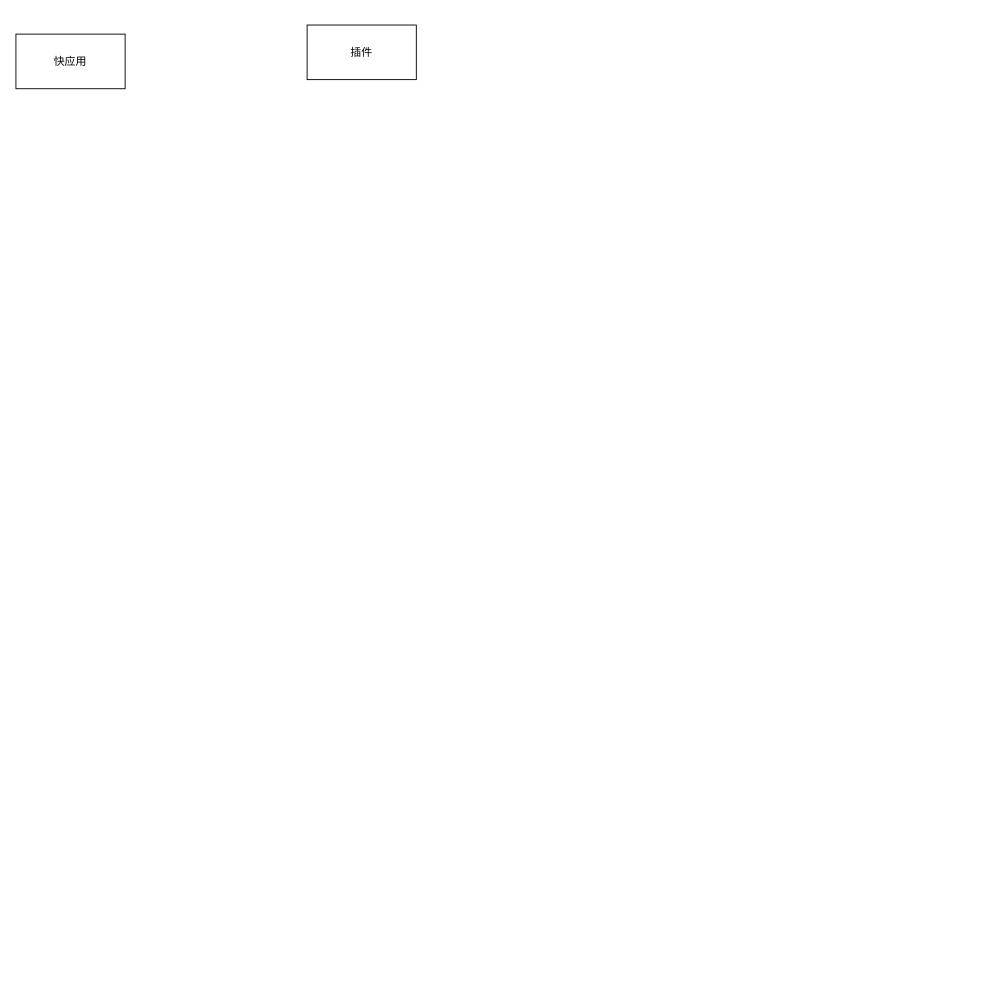
Before: page "第 8 页" (8 of 8) of 流程图.drawio in xili95/liuChengTu, a draw.io diagram. Source tidied: cells renumbered, new cells numbered last; positions are measured from the earlier drawing's top-left corner, leaving out a move shared by most shapes. Both pictures are drawn from the tidied source at 91%, with x=0, y=0 at pixel (15, 25).
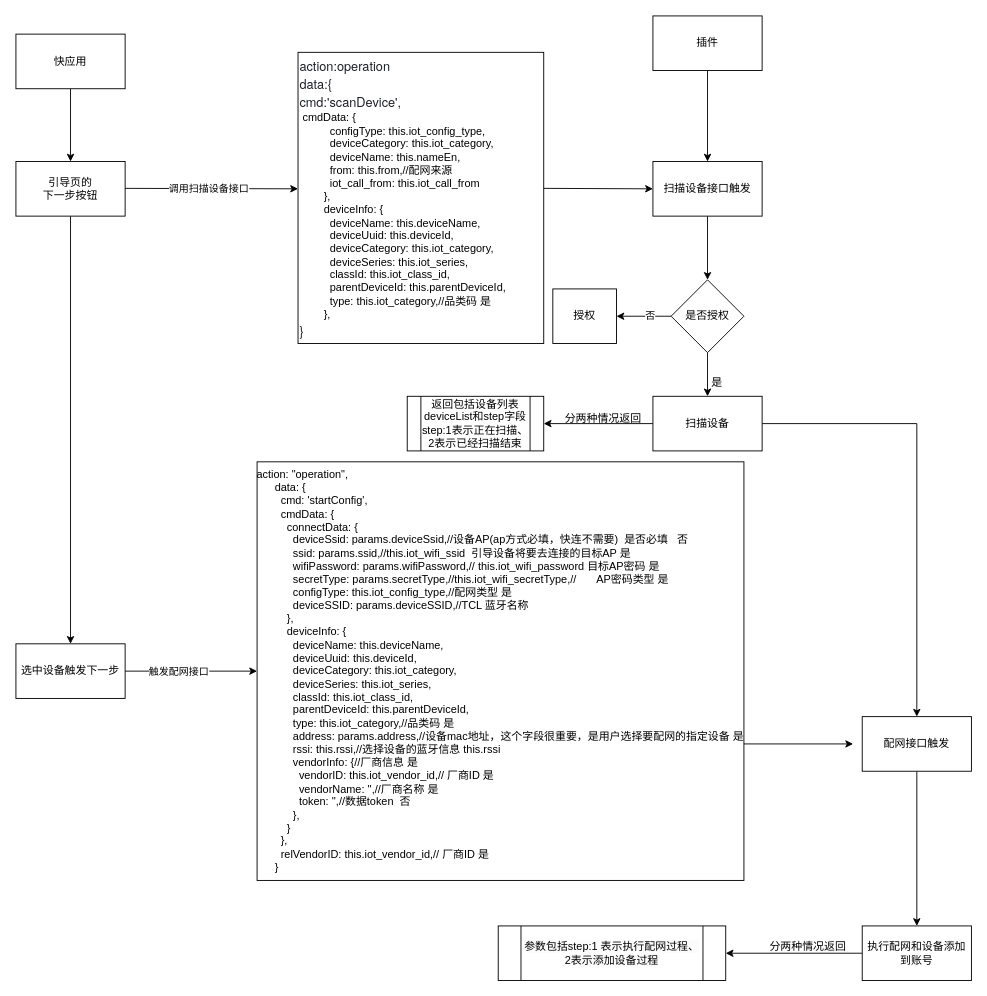
The same diagram, later.

Commit message:
更新流程图.drawio

Unchanged cells that the change refers to:
```xml
<mxCell id="2" value="快应用" style="whiteSpace=wrap;html=1;" parent="1" vertex="1">
  <mxGeometry y="10" width="120" height="60" as="geometry" />
</mxCell>
```

What changed in the source:
```diff
@@
+    <mxCell id="4" style="edgeStyle=orthogonalEdgeStyle;rounded=0;jettySize=auto;html=1;" parent="1" edge="1" source="2" target="7">
+      <mxGeometry relative="1" as="geometry" />
+    </mxCell>
@@
+    <mxCell id="5" style="edgeStyle=orthogonalEdgeStyle;rounded=0;jettySize=auto;html=1;" parent="1" edge="1" source="3" target="13">
+      <mxGeometry relative="1" as="geometry" />
+    </mxCell>
     <mxCell id="3" value="插件" style="whiteSpace=wrap;html=1;" parent="1" vertex="1">
-      <mxGeometry x="320" width="120" height="60" as="geometry" />
+      <mxGeometry x="700" y="-10" width="120" height="60" as="geometry" />
     </mxCell>
+    <mxCell id="6" style="edgeStyle=orthogonalEdgeStyle;rounded=0;jettySize=auto;html=1;" parent="1" edge="1" source="7" target="27">
+      <mxGeometry relative="1" as="geometry" />
+    </mxCell>
+    <mxCell id="7" value="引导页的&lt;div&gt;下一步按钮&lt;/div&gt;" style="whiteSpace=wrap;html=1;" parent="1" vertex="1">
+      <mxGeometry y="150" width="120" height="60" as="geometry" />
+    </mxCell>
+    <mxCell id="8" style="edgeStyle=none;orthogonalLoop=1;jettySize=auto;html=1;rounded=0;" parent="1" edge="1">
+      <mxGeometry relative="1" as="geometry">
+        <mxPoint x="120" y="179.5" as="sourcePoint" />
+        <mxPoint x="310" y="180" as="targetPoint" />
+      </mxGeometry>
+    </mxCell>
+    <mxCell id="9" value="调用扫描设备接口" style="edgeLabel;html=1;align=center;verticalAlign=middle;" parent="8" vertex="1">
+      <mxGeometry x="-0.04" y="1" relative="1" as="geometry">
+        <mxPoint y="1" as="offset" />
+      </mxGeometry>
+    </mxCell>
+    <mxCell id="10" value="&lt;p class=&quot;p1&quot; style=&quot;margin: 0px; font-variant-numeric: normal; font-variant-east-asian: normal; font-variant-alternates: normal; font-size-adjust: none; font-kerning: auto; font-optical-sizing: auto; font-feature-settings: normal; font-variation-settings: normal; font-variant-position: normal; font-variant-emoji: normal; font-stretch: normal; font-size: 14px; line-height: normal; font-family: &amp;quot;Helvetica Neue&amp;quot;; color: rgb(29, 31, 38);&quot;&gt;action:operation&lt;/p&gt;&lt;p class=&quot;p1&quot; style=&quot;margin: 0px; font-variant-numeric: normal; font-variant-east-asian: normal; font-variant-alternates: normal; font-size-adjust: none; font-kerning: auto; font-optical-sizing: auto; font-feature-settings: normal; font-variation-settings: normal; font-variant-position: normal; font-variant-emoji: normal; font-stretch: normal; font-size: 14px; line-height: normal; font-family: &amp;quot;Helvetica Neue&amp;quot;; color: rgb(29, 31, 38);&quot;&gt;data:{&lt;/p&gt;&lt;p class=&quot;p1&quot; style=&quot;margin: 0px; font-variant-numeric: normal; font-variant-east-asian: normal; font-variant-alternates: normal; font-size-adjust: none; font-kerning: auto; font-optical-sizing: auto; font-feature-settings: normal; font-variation-settings: normal; font-variant-position: normal; font-variant-emoji: normal; font-stretch: normal; font-size: 14px; line-height: normal; font-family: &amp;quot;Helvetica Neue&amp;quot;; color: rgb(29, 31, 38);&quot;&gt;cmd:'scanDevice',&lt;/p&gt;&lt;div style=&quot;text-wrap-mode: nowrap;&quot;&gt;&amp;nbsp;cmdData: {&lt;/div&gt;&lt;div style=&quot;text-wrap-mode: nowrap;&quot;&gt;&amp;nbsp; &amp;nbsp; &amp;nbsp; &amp;nbsp; &amp;nbsp; configType: this.iot_config_type,&lt;/div&gt;&lt;div style=&quot;text-wrap-mode: nowrap;&quot;&gt;&amp;nbsp; &amp;nbsp; &amp;nbsp; &amp;nbsp; &amp;nbsp; deviceCategory: this.iot_category,&lt;/div&gt;&lt;div style=&quot;text-wrap-mode: nowrap;&quot;&gt;&amp;nbsp; &amp;nbsp; &amp;nbsp; &amp;nbsp; &amp;nbsp; deviceName: this.nameEn,&lt;/div&gt;&lt;div style=&quot;text-wrap-mode: nowrap;&quot;&gt;&amp;nbsp; &amp;nbsp; &amp;nbsp; &amp;nbsp; &amp;nbsp; from: this.from,//配网来源&lt;/div&gt;&lt;div style=&quot;text-wrap-mode: nowrap;&quot;&gt;&amp;nbsp; &amp;nbsp; &amp;nbsp; &amp;nbsp; &amp;nbsp; iot_call_from: this.iot_call_from&lt;/div&gt;&lt;div style=&quot;text-wrap-mode: nowrap;&quot;&gt;&amp;nbsp; &amp;nbsp; &amp;nbsp; &amp;nbsp; },&lt;/div&gt;&lt;div style=&quot;text-wrap-mode: nowrap;&quot;&gt;&amp;nbsp; &amp;nbsp; &amp;nbsp; &amp;nbsp; deviceInfo: {&lt;/div&gt;&lt;div style=&quot;text-wrap-mode: nowrap;&quot;&gt;&amp;nbsp; &amp;nbsp; &amp;nbsp; &amp;nbsp; &amp;nbsp; deviceName: this.deviceName,&lt;/div&gt;&lt;div style=&quot;text-wrap-mode: nowrap;&quot;&gt;&amp;nbsp; &amp;nbsp; &amp;nbsp; &amp;nbsp; &amp;nbsp; deviceUuid: this.deviceId,&lt;/div&gt;&lt;div style=&quot;text-wrap-mode: nowrap;&quot;&gt;&amp;nbsp; &amp;nbsp; &amp;nbsp; &amp;nbsp; &amp;nbsp; deviceCategory: this.iot_category,&lt;/div&gt;&lt;div style=&quot;text-wrap-mode: nowrap;&quot;&gt;&amp;nbsp; &amp;nbsp; &amp;nbsp; &amp;nbsp; &amp;nbsp; deviceSeries: this.iot_series,&lt;/div&gt;&lt;div style=&quot;text-wrap-mode: nowrap;&quot;&gt;&amp;nbsp; &amp;nbsp; &amp;nbsp; &amp;nbsp; &amp;nbsp; classId: this.iot_class_id,&lt;/div&gt;&lt;div style=&quot;text-wrap-mode: nowrap;&quot;&gt;&amp;nbsp; &amp;nbsp; &amp;nbsp; &amp;nbsp; &amp;nbsp; parentDeviceId: this.parentDeviceId,&lt;/div&gt;&lt;div style=&quot;text-wrap-mode: nowrap;&quot;&gt;&amp;nbsp; &amp;nbsp; &amp;nbsp; &amp;nbsp; &amp;nbsp; type: this.iot_category,//品类码 是&lt;/div&gt;&lt;div style=&quot;text-wrap-mode: nowrap;&quot;&gt;&amp;nbsp; &amp;nbsp; &amp;nbsp; &amp;nbsp; },&lt;/div&gt;&lt;p class=&quot;p1&quot; style=&quot;margin: 0px; font-variant-numeric: normal; font-variant-east-asian: normal; font-variant-alternates: normal; font-size-adjust: none; font-kerning: auto; font-optical-sizing: auto; font-feature-settings: normal; font-variation-settings: normal; font-variant-position: normal; font-variant-emoji: normal; font-stretch: normal; font-size: 14px; line-height: normal; font-family: &amp;quot;Helvetica Neue&amp;quot;; color: rgb(29, 31, 38);&quot;&gt;}&lt;/p&gt;" style="whiteSpace=wrap;html=1;align=left;" parent="1" vertex="1">
+      <mxGeometry x="310" y="30" width="270" height="320" as="geometry" />
+    </mxCell>
+    <mxCell id="11" style="edgeStyle=none;jettySize=auto;html=1;rounded=0;entryX=0;entryY=0.5;entryDx=0;entryDy=0;" parent="1" edge="1" target="13">
+      <mxGeometry relative="1" as="geometry">
+        <mxPoint x="580" y="179.5" as="sourcePoint" />
+      </mxGeometry>
+    </mxCell>
+    <mxCell id="12" style="edgeStyle=orthogonalEdgeStyle;rounded=0;jettySize=auto;html=1;" parent="1" edge="1" source="13" target="17">
+      <mxGeometry relative="1" as="geometry" />
+    </mxCell>
+    <mxCell id="13" value="扫描设备接口触发" style="whiteSpace=wrap;html=1;" parent="1" vertex="1">
+      <mxGeometry x="700" y="150" width="120" height="60" as="geometry" />
+    </mxCell>
+    <mxCell id="14" style="edgeStyle=orthogonalEdgeStyle;rounded=0;jettySize=auto;html=1;" parent="1" edge="1" source="17" target="18">
+      <mxGeometry relative="1" as="geometry" />
+    </mxCell>
+    <mxCell id="15" value="否" style="edgeLabel;html=1;align=center;verticalAlign=middle;" parent="14" vertex="1">
+      <mxGeometry x="-0.2" y="-1" relative="1" as="geometry" />
+    </mxCell>
+    <mxCell id="16" style="edgeStyle=orthogonalEdgeStyle;rounded=0;jettySize=auto;html=1;" parent="1" edge="1" source="17" target="21">
+      <mxGeometry relative="1" as="geometry" />
+    </mxCell>
+    <mxCell id="17" value="是否授权" style="rhombus;whiteSpace=wrap;html=1;" parent="1" vertex="1">
+      <mxGeometry x="720" y="280" width="80" height="80" as="geometry" />
+    </mxCell>
+    <mxCell id="18" value="授权" style="whiteSpace=wrap;html=1;" parent="1" vertex="1">
+      <mxGeometry x="590" y="290" width="70" height="60" as="geometry" />
+    </mxCell>
+    <mxCell id="19" style="edgeStyle=orthogonalEdgeStyle;rounded=0;jettySize=auto;html=1;" parent="1" edge="1" source="21" target="23">
+      <mxGeometry relative="1" as="geometry" />
+    </mxCell>
+    <mxCell id="20" style="edgeStyle=orthogonalEdgeStyle;rounded=0;jettySize=auto;html=1;" parent="1" edge="1" source="21" target="30">
+      <mxGeometry relative="1" as="geometry" />
+    </mxCell>
+    <mxCell id="21" value="扫描设备" style="whiteSpace=wrap;html=1;" parent="1" vertex="1">
+      <mxGeometry x="700" y="408" width="120" height="60" as="geometry" />
+    </mxCell>
+    <mxCell id="22" value="是" style="text;html=1;align=center;verticalAlign=middle;strokeColor=none;fillColor=none;" parent="1" vertex="1">
+      <mxGeometry x="750" y="378" width="40" height="30" as="geometry" />
+    </mxCell>
+    <mxCell id="23" value="返回包括设备列表deviceList和step字段&lt;div&gt;step:1表示正在扫描、2表示已经扫描结束&lt;/div&gt;" style="shape=process;whiteSpace=wrap;html=1;backgroundOutline=1;" parent="1" vertex="1">
+      <mxGeometry x="430" y="408" width="150" height="60" as="geometry" />
+    </mxCell>
+    <mxCell id="24" value="分两种情况返回" style="text;html=1;align=center;verticalAlign=middle;strokeColor=none;fillColor=none;" parent="1" vertex="1">
+      <mxGeometry x="590" y="418" width="110" height="30" as="geometry" />
+    </mxCell>
+    <mxCell id="25" style="edgeStyle=orthogonalEdgeStyle;rounded=0;jettySize=auto;html=1;" parent="1" edge="1" source="27" target="28">
+      <mxGeometry relative="1" as="geometry" />
+    </mxCell>
+    <mxCell id="26" value="触发配网接口" style="edgeLabel;html=1;align=center;verticalAlign=middle;" parent="25" vertex="1">
+      <mxGeometry x="-0.2" relative="1" as="geometry" />
+    </mxCell>
+    <mxCell id="27" value="选中设备触发下一步" style="whiteSpace=wrap;html=1;" parent="1" vertex="1">
+      <mxGeometry y="680" width="120" height="60" as="geometry" />
+    </mxCell>
+    <mxCell id="28" value="&lt;div style=&quot;text-align: left; text-wrap-mode: nowrap;&quot;&gt;action: &quot;operation&quot;,&lt;/div&gt;&lt;div style=&quot;text-align: left; text-wrap-mode: nowrap;&quot;&gt;&amp;nbsp; &amp;nbsp; &amp;nbsp; data: {&lt;/div&gt;&lt;div style=&quot;text-align: left; text-wrap-mode: nowrap;&quot;&gt;&amp;nbsp; &amp;nbsp; &amp;nbsp; &amp;nbsp; cmd: 'startConfig',&lt;/div&gt;&lt;div style=&quot;text-align: left; text-wrap-mode: nowrap;&quot;&gt;&amp;nbsp; &amp;nbsp; &amp;nbsp; &amp;nbsp; cmdData: {&lt;/div&gt;&lt;div style=&quot;text-align: left; text-wrap-mode: nowrap;&quot;&gt;&amp;nbsp; &amp;nbsp; &amp;nbsp; &amp;nbsp; &amp;nbsp; connectData: {&lt;/div&gt;&lt;div style=&quot;text-align: left; text-wrap-mode: nowrap;&quot;&gt;&amp;nbsp; &amp;nbsp; &amp;nbsp; &amp;nbsp; &amp;nbsp; &amp;nbsp; deviceSsid: params.deviceSsid,//设备AP(ap方式必填，快连不需要)&amp;nbsp; 是否必填&amp;nbsp; &amp;nbsp;否&lt;/div&gt;&lt;div style=&quot;text-align: left; text-wrap-mode: nowrap;&quot;&gt;&amp;nbsp; &amp;nbsp; &amp;nbsp; &amp;nbsp; &amp;nbsp; &amp;nbsp; ssid: params.ssid,//this.iot_wifi_ssid&amp;nbsp; 引导设备将要去连接的目标AP 是&lt;/div&gt;&lt;div style=&quot;text-align: left; text-wrap-mode: nowrap;&quot;&gt;&amp;nbsp; &amp;nbsp; &amp;nbsp; &amp;nbsp; &amp;nbsp; &amp;nbsp; wifiPassword: params.wifiPassword,// this.iot_wifi_password 目标AP密码 是&lt;/div&gt;&lt;div style=&quot;text-align: left; text-wrap-mode: nowrap;&quot;&gt;&amp;nbsp; &amp;nbsp; &amp;nbsp; &amp;nbsp; &amp;nbsp; &amp;nbsp; secretType: params.secretType,//this.iot_wifi_secretType,//&lt;span style=&quot;white-space-collapse: preserve;&quot;&gt;&#9;&lt;/span&gt;AP密码类型 是&lt;/div&gt;&lt;div style=&quot;text-align: left; text-wrap-mode: nowrap;&quot;&gt;&amp;nbsp; &amp;nbsp; &amp;nbsp; &amp;nbsp; &amp;nbsp; &amp;nbsp; configType: this.iot_config_type,//配网类型 是&lt;/div&gt;&lt;div style=&quot;text-align: left; text-wrap-mode: nowrap;&quot;&gt;&amp;nbsp; &amp;nbsp; &amp;nbsp; &amp;nbsp; &amp;nbsp; &amp;nbsp; deviceSSID: params.deviceSSID,//TCL 蓝牙名称&lt;/div&gt;&lt;div style=&quot;text-align: left; text-wrap-mode: nowrap;&quot;&gt;&amp;nbsp; &amp;nbsp; &amp;nbsp; &amp;nbsp; &amp;nbsp; },&lt;/div&gt;&lt;div style=&quot;text-align: left; text-wrap-mode: nowrap;&quot;&gt;&amp;nbsp; &amp;nbsp; &amp;nbsp; &amp;nbsp; &amp;nbsp; deviceInfo: {&lt;/div&gt;&lt;div style=&quot;text-align: left; text-wrap-mode: nowrap;&quot;&gt;&amp;nbsp; &amp;nbsp; &amp;nbsp; &amp;nbsp; &amp;nbsp; &amp;nbsp; deviceName: this.deviceName,&lt;/div&gt;&lt;div style=&quot;text-align: left; text-wrap-mode: nowrap;&quot;&gt;&amp;nbsp; &amp;nbsp; &amp;nbsp; &amp;nbsp; &amp;nbsp; &amp;nbsp; deviceUuid: this.deviceId,&lt;/div&gt;&lt;div style=&quot;text-align: left; text-wrap-mode: nowrap;&quot;&gt;&amp;nbsp; &amp;nbsp; &amp;nbsp; &amp;nbsp; &amp;nbsp; &amp;nbsp; deviceCategory: this.iot_category,&lt;/div&gt;&lt;div style=&quot;text-align: left; text-wrap-mode: nowrap;&quot;&gt;&amp;nbsp; &amp;nbsp; &amp;nbsp; &amp;nbsp; &amp;nbsp; &amp;nbsp; deviceSeries: this.iot_series,&lt;/div&gt;&lt;div style=&quot;text-align: left; text-wrap-mode: nowrap;&quot;&gt;&amp;nbsp; &amp;nbsp; &amp;nbsp; &amp;nbsp; &amp;nbsp; &amp;nbsp; classId: this.iot_class_id,&lt;/div&gt;&lt;div style=&quot;text-align: left; text-wrap-mode: nowrap;&quot;&gt;&amp;nbsp; &amp;nbsp; &amp;nbsp; &amp;nbsp; &amp;nbsp; &amp;nbsp; parentDeviceId: this.parentDeviceId,&lt;/div&gt;&lt;div style=&quot;text-align: left; text-wrap-mode: nowrap;&quot;&gt;&amp;nbsp; &amp;nbsp; &amp;nbsp; &amp;nbsp; &amp;nbsp; &amp;nbsp; type: this.iot_category,//品类码 是&lt;/div&gt;&lt;div style=&quot;text-align: left; text-wrap-mode: nowrap;&quot;&gt;&amp;nbsp; &amp;nbsp; &amp;nbsp; &amp;nbsp; &amp;nbsp; &amp;nbsp; address: params.address,//设备mac地址，这个字段很重要，是用户选择要配网的指定设备 是&lt;/div&gt;&lt;div style=&quot;text-align: left; text-wrap-mode: nowrap;&quot;&gt;&amp;nbsp; &amp;nbsp; &amp;nbsp; &amp;nbsp; &amp;nbsp; &amp;nbsp; rssi: this.rssi,//选择设备的蓝牙信息 this.rssi&lt;/div&gt;&lt;div style=&quot;text-align: left; text-wrap-mode: nowrap;&quot;&gt;&amp;nbsp; &amp;nbsp; &amp;nbsp; &amp;nbsp; &amp;nbsp; &amp;nbsp; vendorInfo: {//厂商信息 是&lt;/div&gt;&lt;div style=&quot;text-align: left; text-wrap-mode: nowrap;&quot;&gt;&amp;nbsp; &amp;nbsp; &amp;nbsp; &amp;nbsp; &amp;nbsp; &amp;nbsp; &amp;nbsp; vendorID: this.iot_vendor_id,// 厂商ID 是&lt;/div&gt;&lt;div style=&quot;text-align: left; text-wrap-mode: nowrap;&quot;&gt;&amp;nbsp; &amp;nbsp; &amp;nbsp; &amp;nbsp; &amp;nbsp; &amp;nbsp; &amp;nbsp; vendorName: '',//厂商名称 是&lt;/div&gt;&lt;div style=&quot;text-align: left; text-wrap-mode: nowrap;&quot;&gt;&amp;nbsp; &amp;nbsp; &amp;nbsp; &amp;nbsp; &amp;nbsp; &amp;nbsp; &amp;nbsp; token: '',//数据token&amp;nbsp; 否&lt;/div&gt;&lt;div style=&quot;text-align: left; text-wrap-mode: nowrap;&quot;&gt;&amp;nbsp; &amp;nbsp; &amp;nbsp; &amp;nbsp; &amp;nbsp; &amp;nbsp; },&lt;/div&gt;&lt;div style=&quot;text-align: left; text-wrap-mode: nowrap;&quot;&gt;&amp;nbsp; &amp;nbsp; &amp;nbsp; &amp;nbsp; &amp;nbsp; }&lt;/div&gt;&lt;div style=&quot;text-align: left; text-wrap-mode: nowrap;&quot;&gt;&amp;nbsp; &amp;nbsp; &amp;nbsp; &amp;nbsp; },&lt;/div&gt;&lt;div style=&quot;text-align: left; text-wrap-mode: nowrap;&quot;&gt;&amp;nbsp; &amp;nbsp; &amp;nbsp; &amp;nbsp; relVendorID: this.iot_vendor_id,// 厂商ID 是&amp;nbsp;&lt;/div&gt;&lt;div style=&quot;text-align: left; text-wrap-mode: nowrap;&quot;&gt;&amp;nbsp; &amp;nbsp; &amp;nbsp; }&lt;/div&gt;" style="whiteSpace=wrap;html=1;" parent="1" vertex="1">
+      <mxGeometry x="265" y="480" width="535" height="460" as="geometry" />
+    </mxCell>
+    <mxCell id="29" style="edgeStyle=orthogonalEdgeStyle;rounded=0;jettySize=auto;html=1;" parent="1" edge="1" source="30" target="33">
+      <mxGeometry relative="1" as="geometry" />
+    </mxCell>
+    <mxCell id="30" value="配网接口触发" style="whiteSpace=wrap;html=1;" parent="1" vertex="1">
+      <mxGeometry x="930" y="760" width="120" height="60" as="geometry" />
+    </mxCell>
+    <mxCell id="31" style="edgeStyle=none;orthogonalLoop=1;jettySize=auto;html=1;rounded=0;" parent="1" edge="1">
+      <mxGeometry relative="1" as="geometry">
+        <mxPoint x="800" y="790" as="sourcePoint" />
+        <mxPoint x="920" y="790" as="targetPoint" />
+      </mxGeometry>
+    </mxCell>
+    <mxCell id="32" style="edgeStyle=orthogonalEdgeStyle;rounded=0;jettySize=auto;html=1;" parent="1" edge="1" source="33" target="34">
+      <mxGeometry relative="1" as="geometry" />
+    </mxCell>
+    <mxCell id="33" value="执行配网和设备添加到账号" style="whiteSpace=wrap;html=1;" parent="1" vertex="1">
+      <mxGeometry x="930" y="990" width="120" height="60" as="geometry" />
+    </mxCell>
+    <mxCell id="34" value="&lt;span style=&quot;color: rgb(0, 0, 0); font-family: Helvetica; font-size: 12px; font-style: normal; font-variant-ligatures: normal; font-variant-caps: normal; font-weight: 400; letter-spacing: normal; orphans: 2; text-align: center; text-indent: 0px; text-transform: none; widows: 2; word-spacing: 0px; -webkit-text-stroke-width: 0px; white-space: nowrap; background-color: rgb(251, 251, 251); text-decoration-thickness: initial; text-decoration-style: initial; text-decoration-color: initial; float: none; display: inline !important;&quot;&gt;参数包括step:1 表示执行配网过程、&lt;/span&gt;&lt;div&gt;&lt;span style=&quot;color: rgb(0, 0, 0); font-family: Helvetica; font-size: 12px; font-style: normal; font-variant-ligatures: normal; font-variant-caps: normal; font-weight: 400; letter-spacing: normal; orphans: 2; text-align: center; text-indent: 0px; text-transform: none; widows: 2; word-spacing: 0px; -webkit-text-stroke-width: 0px; white-space: nowrap; background-color: rgb(251, 251, 251); text-decoration-thickness: initial; text-decoration-style: initial; text-decoration-color: initial; float: none; display: inline !important;&quot;&gt;2表示添加设备过程&lt;/span&gt;&lt;/div&gt;" style="shape=process;whiteSpace=wrap;html=1;backgroundOutline=1;" parent="1" vertex="1">
+      <mxGeometry x="530" y="990" width="250" height="60" as="geometry" />
+    </mxCell>
+    <mxCell id="35" value="分两种情况返回" style="text;html=1;align=center;verticalAlign=middle;strokeColor=none;fillColor=none;" parent="1" vertex="1">
+      <mxGeometry x="815" y="998" width="110" height="30" as="geometry" />
+    </mxCell>
```
